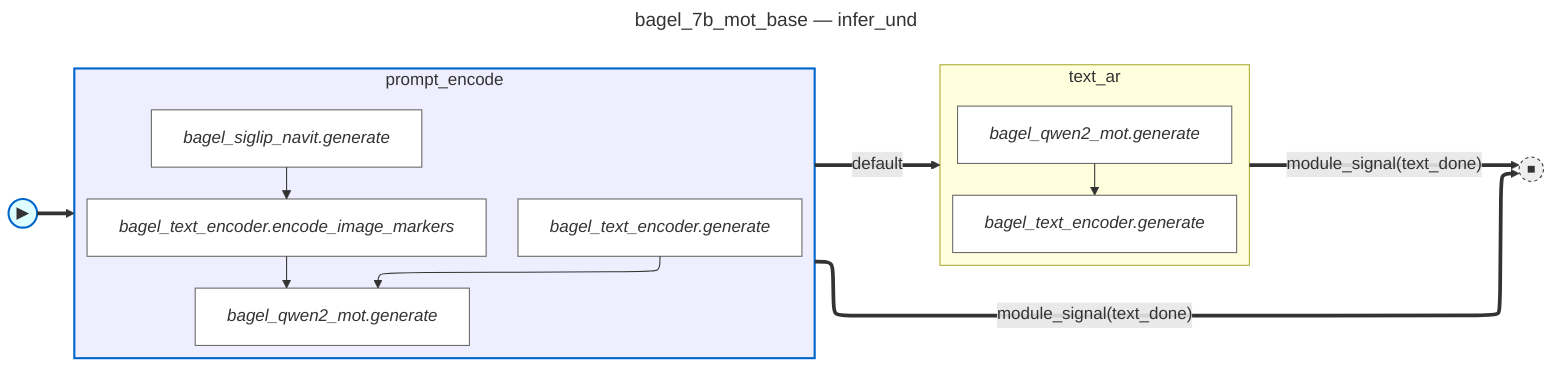
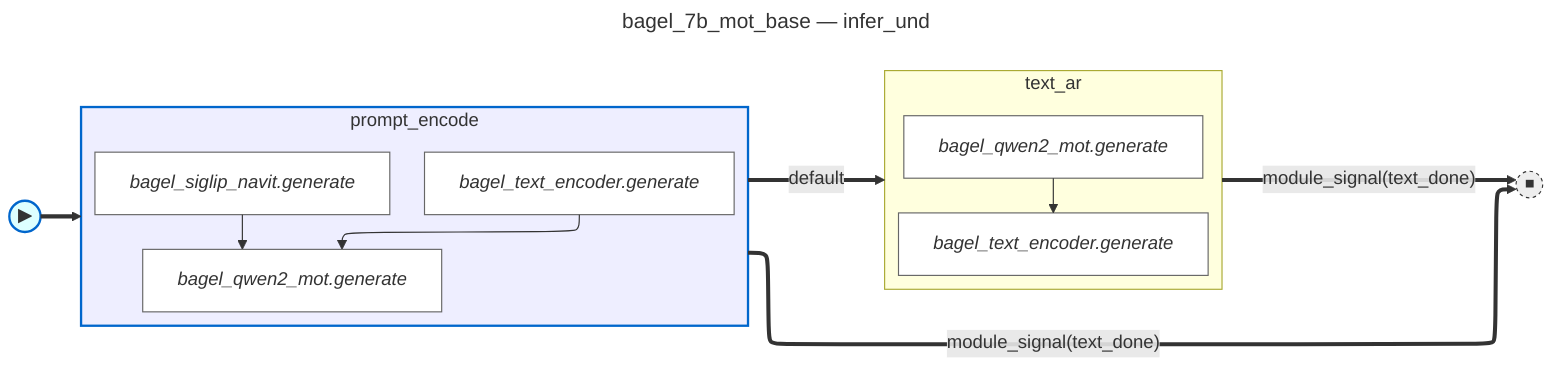
---
title: bagel_7b_mot_base — infer_und
---
%%{init: {'flowchart': {'defaultRenderer': 'elk'}}}%%
flowchart LR
    fsm_start(("▶")):::fsm_start
    fsm_done(("⏹")):::fsm_terminal
    subgraph state_prompt_encode [prompt_encode]
        direction TB
-         prompt_encode__bagel_siglip_navit_generate["<i>bagel_siglip_navit.generate</i>"]:::body_node
-         prompt_encode__bagel_text_encoder_encode_image_markers["<i>bagel_text_encoder.encode_image_markers</i>"]:::body_node
        prompt_encode__bagel_text_encoder_generate["<i>bagel_text_encoder.generate</i>"]:::body_node
        prompt_encode__bagel_qwen2_mot_generate["<i>bagel_qwen2_mot.generate</i>"]:::body_node
-         prompt_encode__bagel_siglip_navit_generate --> prompt_encode__bagel_text_encoder_encode_image_markers
+         prompt_encode__bagel_siglip_navit_generate["<i>bagel_siglip_navit.generate</i>"]:::body_node
        prompt_encode__bagel_text_encoder_generate --> prompt_encode__bagel_qwen2_mot_generate
-         prompt_encode__bagel_text_encoder_encode_image_markers --> prompt_encode__bagel_qwen2_mot_generate
+         prompt_encode__bagel_siglip_navit_generate --> prompt_encode__bagel_qwen2_mot_generate
    end
    subgraph state_text_ar [text_ar]
        direction TB
        text_ar__bagel_qwen2_mot_generate["<i>bagel_qwen2_mot.generate</i>"]:::body_node
        text_ar__bagel_text_encoder_generate["<i>bagel_text_encoder.generate</i>"]:::body_node
        text_ar__bagel_qwen2_mot_generate --> text_ar__bagel_text_encoder_generate
    end
    fsm_start ==> state_prompt_encode
    state_prompt_encode ==>|"module_signal(text_done)"| fsm_done
    state_prompt_encode ==>|"default"| state_text_ar
    state_text_ar ==>|"module_signal(text_done)"| fsm_done
    classDef body_node fill:#fff,stroke:#666
    classDef fsm_start fill:#dff,stroke:#06c,stroke-width:2px
    classDef fsm_terminal fill:#eee,stroke:#333,stroke-width:1px,stroke-dasharray:3 3
    style state_prompt_encode fill:#eef,stroke:#06c,stroke-width:2px
